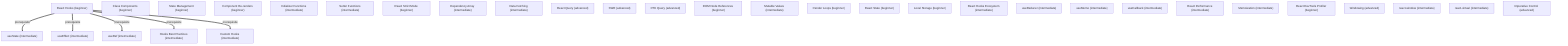
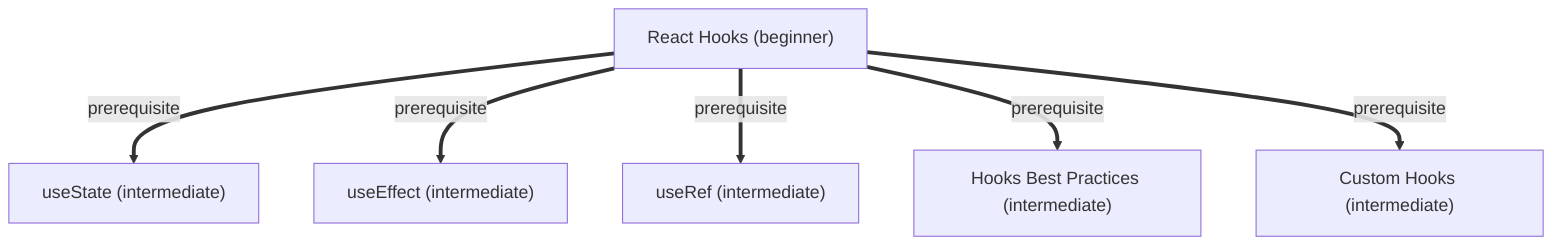
graph TD
    n_react-hooks["React Hooks (beginner)"]
-     n_class-components["Class Components (beginner)"]
-     n_state-management["State Management (beginner)"]
-     n_component-re-renders["Component Re-renders (beginner)"]
    n_hooks-best-practices["Hooks Best Practices (intermediate)"]
    n_use-state["useState (intermediate)"]
-     n_initializer-functions["Initializer Functions (intermediate)"]
-     n_setter-functions["Setter Functions (intermediate)"]
-     n_react-strict-mode["React Strict Mode (beginner)"]
    n_use-effect["useEffect (intermediate)"]
-     n_dependency-array["Dependency Array (intermediate)"]
-     n_data-fetching["Data Fetching (intermediate)"]
-     n_react-query["React Query (advanced)"]
-     n_swr["SWR (advanced)"]
-     n_rtk-query["RTK Query (advanced)"]
    n_use-ref["useRef (intermediate)"]
-     n_dom-node-references["DOM Node References (beginner)"]
-     n_mutable-values["Mutable Values (intermediate)"]
-     n_render-loops["Render Loops (beginner)"]
    n_custom-hooks["Custom Hooks (intermediate)"]
-     n_react-state["React State (beginner)"]
-     n_local-storage["Local Storage (beginner)"]
-     n_react-hooks-ecosystem["React Hooks Ecosystem (intermediate)"]
-     n_use-reducer["useReducer (intermediate)"]
-     n_use-memo["useMemo (intermediate)"]
-     n_use-callback["useCallback (intermediate)"]
-     n_react-performance["React Performance (intermediate)"]
-     n_memoization["Memoization (intermediate)"]
-     n_react-devtools-profiler["React DevTools Profiler (beginner)"]
-     n_windowing["Windowing (advanced)"]
-     n_react-window["react-window (intermediate)"]
-     n_react-virtual["react-virtual (intermediate)"]
-     n_imperative-control["Imperative Control (advanced)"]
    n_react-hooks ==>|prerequisite| n_use-state
    n_react-hooks ==>|prerequisite| n_use-effect
    n_react-hooks ==>|prerequisite| n_use-ref
    n_react-hooks ==>|prerequisite| n_hooks-best-practices
    n_react-hooks ==>|prerequisite| n_custom-hooks